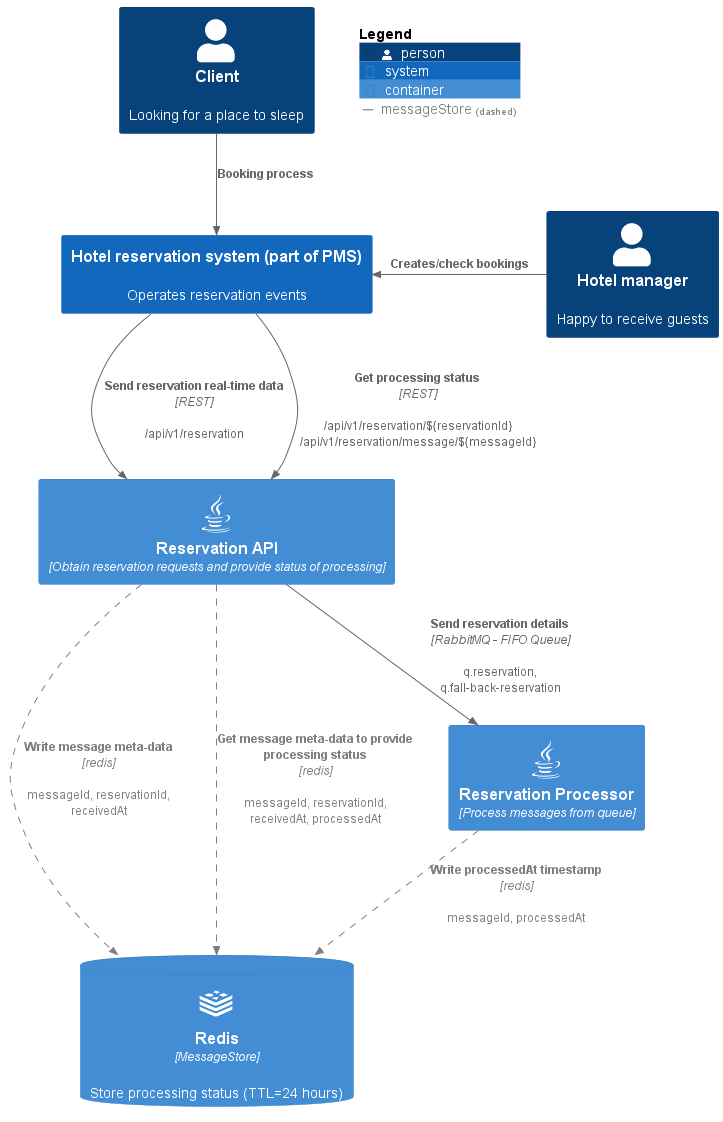
The PlantUML diagram puml/ReservationProcessingScheme.png in alexsoftware-java/practical-task, before a commit.
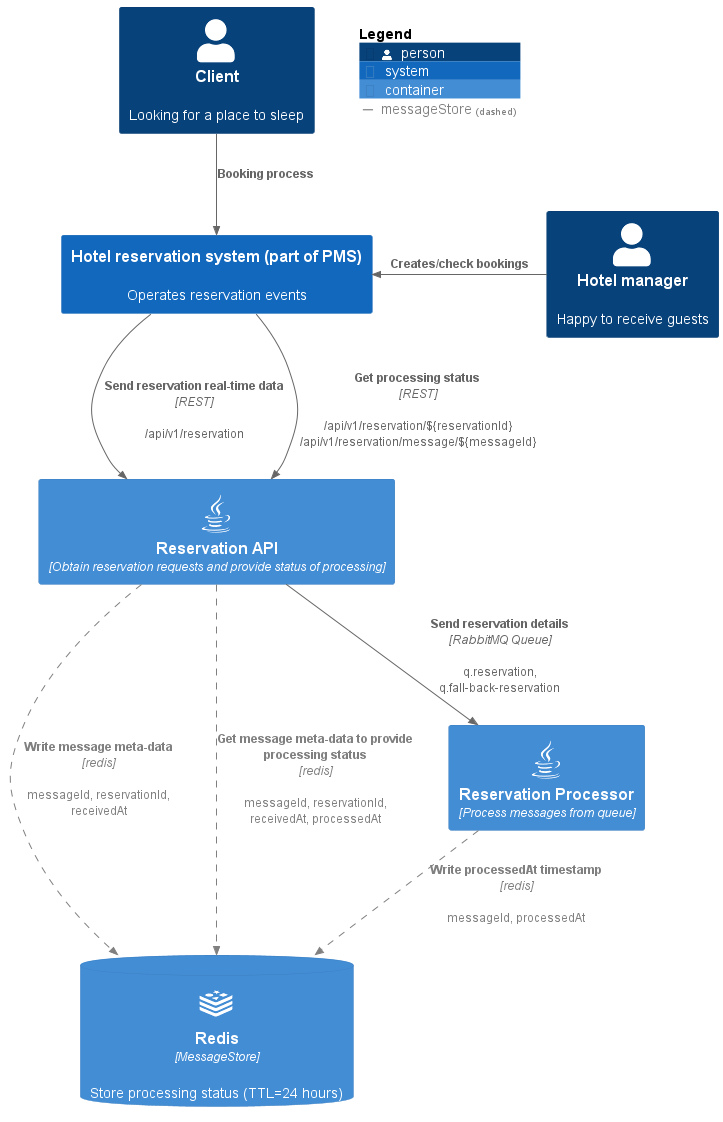
After the commit.

The edit, as a diff of the source:
```diff
@@ -22,7 +22,7 @@
 Rel(pms, api, "Send reservation real-time data", "REST", "/api/v1/reservation")
 Rel(pms, api, "Get processing status", "REST", "/api/v1/reservation/${reservationId} /api/v1/reservation/message/${messageId}")
 Rel(api, redis, "Write message meta-data","redis", "messageId, reservationId, receivedAt", $tags="messageStore")
-Rel(api, processor, "Send reservation details", "RabbitMQ - FIFO Queue", "q.reservation, q.fall-back-reservation")
+Rel(api, processor, "Send reservation details", "RabbitMQ Queue", "q.reservation, q.fall-back-reservation")
 Rel(api, redis, "Get message meta-data to provide processing status","redis", "messageId, reservationId, receivedAt, processedAt", $tags="messageStore")
 Rel(processor, redis, "Write processedAt timestamp", "redis", "messageId, processedAt", $tags="messageStore")
 
```
